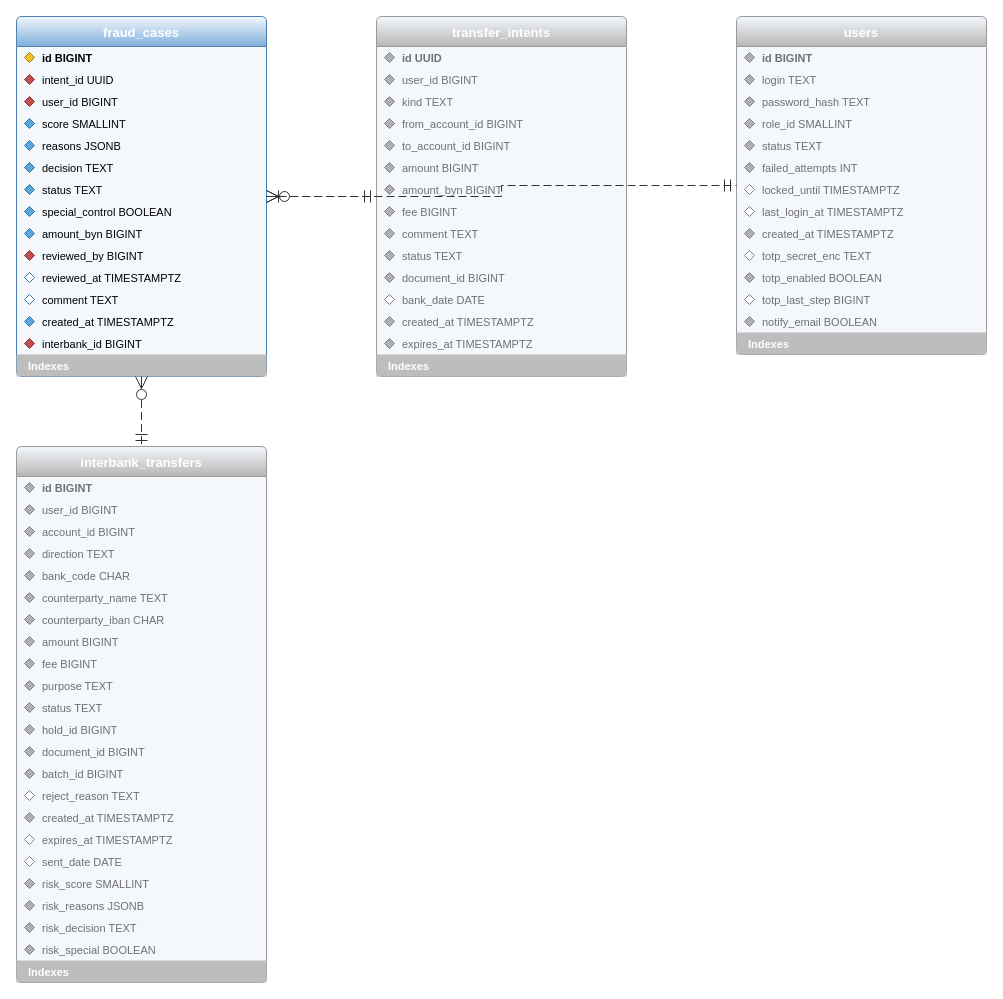
This is page "Антифрод" (9 of 14) of docs/diagrams/er.drawio from vladmeshkov/js-course-work, a draw.io file, before an edit. Source tidied: cells renumbered, new cells numbered last; positions are measured from the earlier drawing's top-left corner, leaving out a move shared by most shapes. Both pictures are drawn from the tidied source at 100%, with x=0, y=0 at pixel (16, 16).
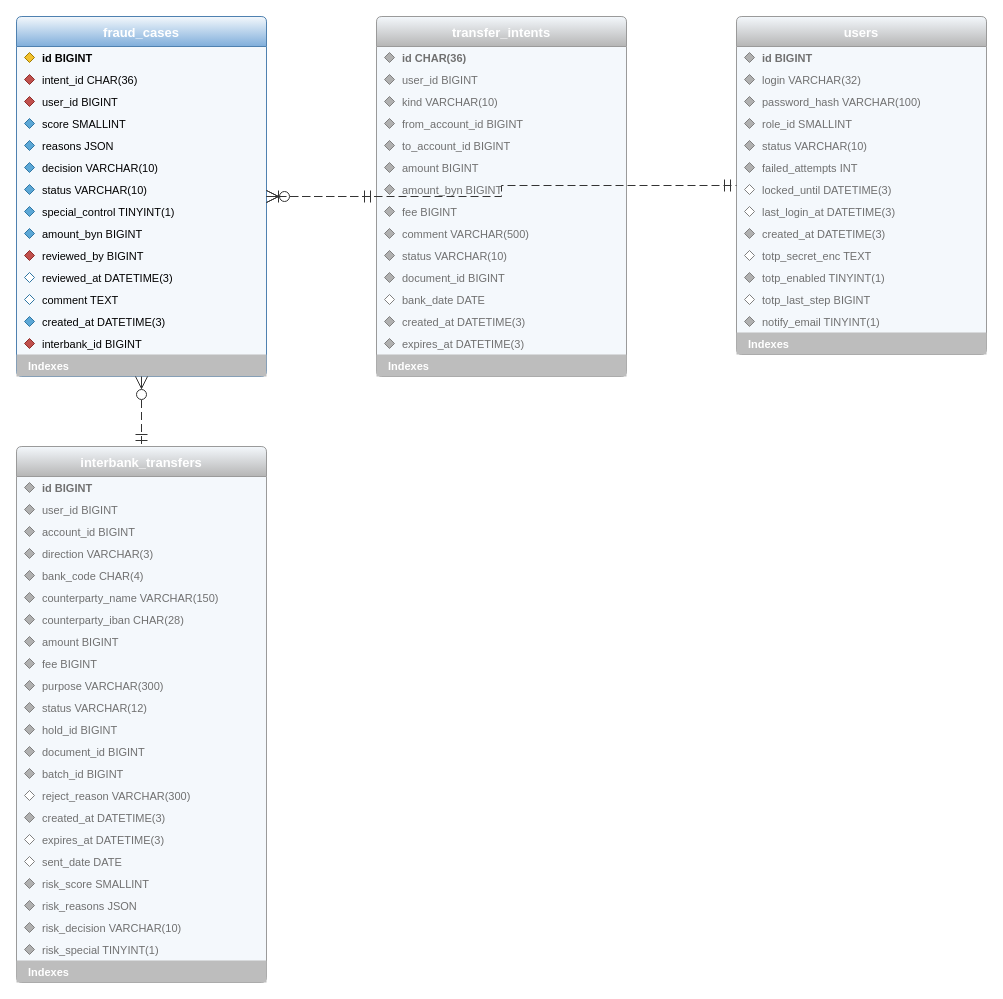
Above is the later version.

Unchanged cells that the change refers to:
```xml
<mxCell id="2" value="fraud_cases" style="swimlane;fontStyle=1;fontSize=13;horizontal=1;startSize=30;rounded=1;arcSize=6;fillColor=#F4F8FC;swimlaneFillColor=#F4F8FC;gradientColor=#7FAEDB;strokeColor=#4F81B0;fontColor=#FFFFFF;align=center;" parent="1" vertex="1">
  <mxGeometry width="250" height="360" as="geometry" />
</mxCell>
<mxCell id="32" value="transfer_intents" style="swimlane;fontStyle=1;fontSize=13;horizontal=1;startSize=30;rounded=1;arcSize=6;fillColor=#F4F8FC;swimlaneFillColor=#F4F8FC;gradientColor=#B5B5B5;strokeColor=#9A9A9A;fontColor=#FFFFFF;align=center;" parent="1" vertex="1">
  <mxGeometry x="360" width="250" height="360" as="geometry" />
</mxCell>
<mxCell id="62" value="users" style="swimlane;fontStyle=1;fontSize=13;horizontal=1;startSize=30;rounded=1;arcSize=6;fillColor=#F4F8FC;swimlaneFillColor=#F4F8FC;gradientColor=#B5B5B5;strokeColor=#9A9A9A;fontColor=#FFFFFF;align=center;" parent="1" vertex="1">
  <mxGeometry x="720" width="250" height="338" as="geometry" />
</mxCell>
<mxCell id="90" value="interbank_transfers" style="swimlane;fontStyle=1;fontSize=13;horizontal=1;startSize=30;rounded=1;arcSize=6;fillColor=#F4F8FC;swimlaneFillColor=#F4F8FC;gradientColor=#B5B5B5;strokeColor=#9A9A9A;fontColor=#FFFFFF;align=center;" parent="1" vertex="1">
  <mxGeometry y="430" width="250" height="536" as="geometry" />
</mxCell>
```

Diff of the diagram source:
```diff
@@
-    <mxCell id="6" value="intent_id UUID" style="text;strokeColor=none;fillColor=none;align=left;verticalAlign=middle;spacingLeft=24;overflow=hidden;whiteSpace=nowrap;fontSize=11;" parent="2" vertex="1">
+    <mxCell id="6" value="intent_id CHAR(36)" style="text;strokeColor=none;fillColor=none;align=left;verticalAlign=middle;spacingLeft=24;overflow=hidden;whiteSpace=nowrap;fontSize=11;" parent="2" vertex="1">
       <mxGeometry y="52" width="250" height="22" as="geometry" />
     </mxCell>
@@
-    <mxCell id="12" value="reasons JSONB" style="text;strokeColor=none;fillColor=none;align=left;verticalAlign=middle;spacingLeft=24;overflow=hidden;whiteSpace=nowrap;fontSize=11;" parent="2" vertex="1">
+    <mxCell id="12" value="reasons JSON" style="text;strokeColor=none;fillColor=none;align=left;verticalAlign=middle;spacingLeft=24;overflow=hidden;whiteSpace=nowrap;fontSize=11;" parent="2" vertex="1">
       <mxGeometry y="118" width="250" height="22" as="geometry" />
     </mxCell>
@@
-    <mxCell id="14" value="decision TEXT" style="text;strokeColor=none;fillColor=none;align=left;verticalAlign=middle;spacingLeft=24;overflow=hidden;whiteSpace=nowrap;fontSize=11;" parent="2" vertex="1">
+    <mxCell id="14" value="decision VARCHAR(10)" style="text;strokeColor=none;fillColor=none;align=left;verticalAlign=middle;spacingLeft=24;overflow=hidden;whiteSpace=nowrap;fontSize=11;" parent="2" vertex="1">
       <mxGeometry y="140" width="250" height="22" as="geometry" />
     </mxCell>
@@
-    <mxCell id="16" value="status TEXT" style="text;strokeColor=none;fillColor=none;align=left;verticalAlign=middle;spacingLeft=24;overflow=hidden;whiteSpace=nowrap;fontSize=11;" parent="2" vertex="1">
+    <mxCell id="16" value="status VARCHAR(10)" style="text;strokeColor=none;fillColor=none;align=left;verticalAlign=middle;spacingLeft=24;overflow=hidden;whiteSpace=nowrap;fontSize=11;" parent="2" vertex="1">
       <mxGeometry y="162" width="250" height="22" as="geometry" />
     </mxCell>
@@
-    <mxCell id="18" value="special_control BOOLEAN" style="text;strokeColor=none;fillColor=none;align=left;verticalAlign=middle;spacingLeft=24;overflow=hidden;whiteSpace=nowrap;fontSize=11;" parent="2" vertex="1">
+    <mxCell id="18" value="special_control TINYINT(1)" style="text;strokeColor=none;fillColor=none;align=left;verticalAlign=middle;spacingLeft=24;overflow=hidden;whiteSpace=nowrap;fontSize=11;" parent="2" vertex="1">
       <mxGeometry y="184" width="250" height="22" as="geometry" />
     </mxCell>
@@
-    <mxCell id="24" value="reviewed_at TIMESTAMPTZ" style="text;strokeColor=none;fillColor=none;align=left;verticalAlign=middle;spacingLeft=24;overflow=hidden;whiteSpace=nowrap;fontSize=11;" parent="2" vertex="1">
+    <mxCell id="24" value="reviewed_at DATETIME(3)" style="text;strokeColor=none;fillColor=none;align=left;verticalAlign=middle;spacingLeft=24;overflow=hidden;whiteSpace=nowrap;fontSize=11;" parent="2" vertex="1">
       <mxGeometry y="250" width="250" height="22" as="geometry" />
     </mxCell>
@@
-    <mxCell id="28" value="created_at TIMESTAMPTZ" style="text;strokeColor=none;fillColor=none;align=left;verticalAlign=middle;spacingLeft=24;overflow=hidden;whiteSpace=nowrap;fontSize=11;" parent="2" vertex="1">
+    <mxCell id="28" value="created_at DATETIME(3)" style="text;strokeColor=none;fillColor=none;align=left;verticalAlign=middle;spacingLeft=24;overflow=hidden;whiteSpace=nowrap;fontSize=11;" parent="2" vertex="1">
       <mxGeometry y="294" width="250" height="22" as="geometry" />
     </mxCell>
@@
-    <mxCell id="34" value="id UUID" style="text;strokeColor=none;fillColor=none;align=left;verticalAlign=middle;spacingLeft=24;overflow=hidden;whiteSpace=nowrap;fontSize=11;fontStyle=1;fontColor=#707070;" parent="32" vertex="1">
+    <mxCell id="34" value="id CHAR(36)" style="text;strokeColor=none;fillColor=none;align=left;verticalAlign=middle;spacingLeft=24;overflow=hidden;whiteSpace=nowrap;fontSize=11;fontStyle=1;fontColor=#707070;" parent="32" vertex="1">
       <mxGeometry y="30" width="250" height="22" as="geometry" />
     </mxCell>
@@
-    <mxCell id="38" value="kind TEXT" style="text;strokeColor=none;fillColor=none;align=left;verticalAlign=middle;spacingLeft=24;overflow=hidden;whiteSpace=nowrap;fontSize=11;fontColor=#707070;" parent="32" vertex="1">
+    <mxCell id="38" value="kind VARCHAR(10)" style="text;strokeColor=none;fillColor=none;align=left;verticalAlign=middle;spacingLeft=24;overflow=hidden;whiteSpace=nowrap;fontSize=11;fontColor=#707070;" parent="32" vertex="1">
       <mxGeometry y="74" width="250" height="22" as="geometry" />
     </mxCell>
@@
-    <mxCell id="50" value="comment TEXT" style="text;strokeColor=none;fillColor=none;align=left;verticalAlign=middle;spacingLeft=24;overflow=hidden;whiteSpace=nowrap;fontSize=11;fontColor=#707070;" parent="32" vertex="1">
+    <mxCell id="50" value="comment VARCHAR(500)" style="text;strokeColor=none;fillColor=none;align=left;verticalAlign=middle;spacingLeft=24;overflow=hidden;whiteSpace=nowrap;fontSize=11;fontColor=#707070;" parent="32" vertex="1">
       <mxGeometry y="206" width="250" height="22" as="geometry" />
     </mxCell>
@@
-    <mxCell id="52" value="status TEXT" style="text;strokeColor=none;fillColor=none;align=left;verticalAlign=middle;spacingLeft=24;overflow=hidden;whiteSpace=nowrap;fontSize=11;fontColor=#707070;" parent="32" vertex="1">
+    <mxCell id="52" value="status VARCHAR(10)" style="text;strokeColor=none;fillColor=none;align=left;verticalAlign=middle;spacingLeft=24;overflow=hidden;whiteSpace=nowrap;fontSize=11;fontColor=#707070;" parent="32" vertex="1">
       <mxGeometry y="228" width="250" height="22" as="geometry" />
     </mxCell>
@@
-    <mxCell id="58" value="created_at TIMESTAMPTZ" style="text;strokeColor=none;fillColor=none;align=left;verticalAlign=middle;spacingLeft=24;overflow=hidden;whiteSpace=nowrap;fontSize=11;fontColor=#707070;" parent="32" vertex="1">
+    <mxCell id="58" value="created_at DATETIME(3)" style="text;strokeColor=none;fillColor=none;align=left;verticalAlign=middle;spacingLeft=24;overflow=hidden;whiteSpace=nowrap;fontSize=11;fontColor=#707070;" parent="32" vertex="1">
       <mxGeometry y="294" width="250" height="22" as="geometry" />
     </mxCell>
@@
-    <mxCell id="60" value="expires_at TIMESTAMPTZ" style="text;strokeColor=none;fillColor=none;align=left;verticalAlign=middle;spacingLeft=24;overflow=hidden;whiteSpace=nowrap;fontSize=11;fontColor=#707070;" parent="32" vertex="1">
+    <mxCell id="60" value="expires_at DATETIME(3)" style="text;strokeColor=none;fillColor=none;align=left;verticalAlign=middle;spacingLeft=24;overflow=hidden;whiteSpace=nowrap;fontSize=11;fontColor=#707070;" parent="32" vertex="1">
       <mxGeometry y="316" width="250" height="22" as="geometry" />
     </mxCell>
@@
-    <mxCell id="66" value="login TEXT" style="text;strokeColor=none;fillColor=none;align=left;verticalAlign=middle;spacingLeft=24;overflow=hidden;whiteSpace=nowrap;fontSize=11;fontColor=#707070;" parent="62" vertex="1">
+    <mxCell id="66" value="login VARCHAR(32)" style="text;strokeColor=none;fillColor=none;align=left;verticalAlign=middle;spacingLeft=24;overflow=hidden;whiteSpace=nowrap;fontSize=11;fontColor=#707070;" parent="62" vertex="1">
       <mxGeometry y="52" width="250" height="22" as="geometry" />
     </mxCell>
@@
-    <mxCell id="68" value="password_hash TEXT" style="text;strokeColor=none;fillColor=none;align=left;verticalAlign=middle;spacingLeft=24;overflow=hidden;whiteSpace=nowrap;fontSize=11;fontColor=#707070;" parent="62" vertex="1">
+    <mxCell id="68" value="password_hash VARCHAR(100)" style="text;strokeColor=none;fillColor=none;align=left;verticalAlign=middle;spacingLeft=24;overflow=hidden;whiteSpace=nowrap;fontSize=11;fontColor=#707070;" parent="62" vertex="1">
       <mxGeometry y="74" width="250" height="22" as="geometry" />
     </mxCell>
@@
-    <mxCell id="72" value="status TEXT" style="text;strokeColor=none;fillColor=none;align=left;verticalAlign=middle;spacingLeft=24;overflow=hidden;whiteSpace=nowrap;fontSize=11;fontColor=#707070;" parent="62" vertex="1">
+    <mxCell id="72" value="status VARCHAR(10)" style="text;strokeColor=none;fillColor=none;align=left;verticalAlign=middle;spacingLeft=24;overflow=hidden;whiteSpace=nowrap;fontSize=11;fontColor=#707070;" parent="62" vertex="1">
       <mxGeometry y="118" width="250" height="22" as="geometry" />
     </mxCell>
@@
-    <mxCell id="76" value="locked_until TIMESTAMPTZ" style="text;strokeColor=none;fillColor=none;align=left;verticalAlign=middle;spacingLeft=24;overflow=hidden;whiteSpace=nowrap;fontSize=11;fontColor=#707070;" parent="62" vertex="1">
+    <mxCell id="76" value="locked_until DATETIME(3)" style="text;strokeColor=none;fillColor=none;align=left;verticalAlign=middle;spacingLeft=24;overflow=hidden;whiteSpace=nowrap;fontSize=11;fontColor=#707070;" parent="62" vertex="1">
       <mxGeometry y="162" width="250" height="22" as="geometry" />
     </mxCell>
@@
-    <mxCell id="78" value="last_login_at TIMESTAMPTZ" style="text;strokeColor=none;fillColor=none;align=left;verticalAlign=middle;spacingLeft=24;overflow=hidden;whiteSpace=nowrap;fontSize=11;fontColor=#707070;" parent="62" vertex="1">
+    <mxCell id="78" value="last_login_at DATETIME(3)" style="text;strokeColor=none;fillColor=none;align=left;verticalAlign=middle;spacingLeft=24;overflow=hidden;whiteSpace=nowrap;fontSize=11;fontColor=#707070;" parent="62" vertex="1">
       <mxGeometry y="184" width="250" height="22" as="geometry" />
     </mxCell>
@@
-    <mxCell id="80" value="created_at TIMESTAMPTZ" style="text;strokeColor=none;fillColor=none;align=left;verticalAlign=middle;spacingLeft=24;overflow=hidden;whiteSpace=nowrap;fontSize=11;fontColor=#707070;" parent="62" vertex="1">
+    <mxCell id="80" value="created_at DATETIME(3)" style="text;strokeColor=none;fillColor=none;align=left;verticalAlign=middle;spacingLeft=24;overflow=hidden;whiteSpace=nowrap;fontSize=11;fontColor=#707070;" parent="62" vertex="1">
       <mxGeometry y="206" width="250" height="22" as="geometry" />
     </mxCell>
@@
-    <mxCell id="84" value="totp_enabled BOOLEAN" style="text;strokeColor=none;fillColor=none;align=left;verticalAlign=middle;spacingLeft=24;overflow=hidden;whiteSpace=nowrap;fontSize=11;fontColor=#707070;" parent="62" vertex="1">
+    <mxCell id="84" value="totp_enabled TINYINT(1)" style="text;strokeColor=none;fillColor=none;align=left;verticalAlign=middle;spacingLeft=24;overflow=hidden;whiteSpace=nowrap;fontSize=11;fontColor=#707070;" parent="62" vertex="1">
       <mxGeometry y="250" width="250" height="22" as="geometry" />
     </mxCell>
@@
-    <mxCell id="88" value="notify_email BOOLEAN" style="text;strokeColor=none;fillColor=none;align=left;verticalAlign=middle;spacingLeft=24;overflow=hidden;whiteSpace=nowrap;fontSize=11;fontColor=#707070;" parent="62" vertex="1">
+    <mxCell id="88" value="notify_email TINYINT(1)" style="text;strokeColor=none;fillColor=none;align=left;verticalAlign=middle;spacingLeft=24;overflow=hidden;whiteSpace=nowrap;fontSize=11;fontColor=#707070;" parent="62" vertex="1">
       <mxGeometry y="294" width="250" height="22" as="geometry" />
     </mxCell>
@@
-    <mxCell id="98" value="direction TEXT" style="text;strokeColor=none;fillColor=none;align=left;verticalAlign=middle;spacingLeft=24;overflow=hidden;whiteSpace=nowrap;fontSize=11;fontColor=#707070;" parent="90" vertex="1">
+    <mxCell id="98" value="direction VARCHAR(3)" style="text;strokeColor=none;fillColor=none;align=left;verticalAlign=middle;spacingLeft=24;overflow=hidden;whiteSpace=nowrap;fontSize=11;fontColor=#707070;" parent="90" vertex="1">
       <mxGeometry y="96" width="250" height="22" as="geometry" />
     </mxCell>
@@
-    <mxCell id="100" value="bank_code CHAR" style="text;strokeColor=none;fillColor=none;align=left;verticalAlign=middle;spacingLeft=24;overflow=hidden;whiteSpace=nowrap;fontSize=11;fontColor=#707070;" parent="90" vertex="1">
+    <mxCell id="100" value="bank_code CHAR(4)" style="text;strokeColor=none;fillColor=none;align=left;verticalAlign=middle;spacingLeft=24;overflow=hidden;whiteSpace=nowrap;fontSize=11;fontColor=#707070;" parent="90" vertex="1">
       <mxGeometry y="118" width="250" height="22" as="geometry" />
     </mxCell>
@@
-    <mxCell id="102" value="counterparty_name TEXT" style="text;strokeColor=none;fillColor=none;align=left;verticalAlign=middle;spacingLeft=24;overflow=hidden;whiteSpace=nowrap;fontSize=11;fontColor=#707070;" parent="90" vertex="1">
+    <mxCell id="102" value="counterparty_name VARCHAR(150)" style="text;strokeColor=none;fillColor=none;align=left;verticalAlign=middle;spacingLeft=24;overflow=hidden;whiteSpace=nowrap;fontSize=11;fontColor=#707070;" parent="90" vertex="1">
       <mxGeometry y="140" width="250" height="22" as="geometry" />
     </mxCell>
@@
-    <mxCell id="104" value="counterparty_iban CHAR" style="text;strokeColor=none;fillColor=none;align=left;verticalAlign=middle;spacingLeft=24;overflow=hidden;whiteSpace=nowrap;fontSize=11;fontColor=#707070;" parent="90" vertex="1">
+    <mxCell id="104" value="counterparty_iban CHAR(28)" style="text;strokeColor=none;fillColor=none;align=left;verticalAlign=middle;spacingLeft=24;overflow=hidden;whiteSpace=nowrap;fontSize=11;fontColor=#707070;" parent="90" vertex="1">
       <mxGeometry y="162" width="250" height="22" as="geometry" />
     </mxCell>
@@
-    <mxCell id="110" value="purpose TEXT" style="text;strokeColor=none;fillColor=none;align=left;verticalAlign=middle;spacingLeft=24;overflow=hidden;whiteSpace=nowrap;fontSize=11;fontColor=#707070;" parent="90" vertex="1">
+    <mxCell id="110" value="purpose VARCHAR(300)" style="text;strokeColor=none;fillColor=none;align=left;verticalAlign=middle;spacingLeft=24;overflow=hidden;whiteSpace=nowrap;fontSize=11;fontColor=#707070;" parent="90" vertex="1">
       <mxGeometry y="228" width="250" height="22" as="geometry" />
     </mxCell>
@@
-    <mxCell id="112" value="status TEXT" style="text;strokeColor=none;fillColor=none;align=left;verticalAlign=middle;spacingLeft=24;overflow=hidden;whiteSpace=nowrap;fontSize=11;fontColor=#707070;" parent="90" vertex="1">
+    <mxCell id="112" value="status VARCHAR(12)" style="text;strokeColor=none;fillColor=none;align=left;verticalAlign=middle;spacingLeft=24;overflow=hidden;whiteSpace=nowrap;fontSize=11;fontColor=#707070;" parent="90" vertex="1">
       <mxGeometry y="250" width="250" height="22" as="geometry" />
     </mxCell>
@@
-    <mxCell id="120" value="reject_reason TEXT" style="text;strokeColor=none;fillColor=none;align=left;verticalAlign=middle;spacingLeft=24;overflow=hidden;whiteSpace=nowrap;fontSize=11;fontColor=#707070;" parent="90" vertex="1">
+    <mxCell id="120" value="reject_reason VARCHAR(300)" style="text;strokeColor=none;fillColor=none;align=left;verticalAlign=middle;spacingLeft=24;overflow=hidden;whiteSpace=nowrap;fontSize=11;fontColor=#707070;" parent="90" vertex="1">
       <mxGeometry y="338" width="250" height="22" as="geometry" />
     </mxCell>
@@
-    <mxCell id="122" value="created_at TIMESTAMPTZ" style="text;strokeColor=none;fillColor=none;align=left;verticalAlign=middle;spacingLeft=24;overflow=hidden;whiteSpace=nowrap;fontSize=11;fontColor=#707070;" parent="90" vertex="1">
+    <mxCell id="122" value="created_at DATETIME(3)" style="text;strokeColor=none;fillColor=none;align=left;verticalAlign=middle;spacingLeft=24;overflow=hidden;whiteSpace=nowrap;fontSize=11;fontColor=#707070;" parent="90" vertex="1">
       <mxGeometry y="360" width="250" height="22" as="geometry" />
     </mxCell>
@@
-    <mxCell id="124" value="expires_at TIMESTAMPTZ" style="text;strokeColor=none;fillColor=none;align=left;verticalAlign=middle;spacingLeft=24;overflow=hidden;whiteSpace=nowrap;fontSize=11;fontColor=#707070;" parent="90" vertex="1">
+    <mxCell id="124" value="expires_at DATETIME(3)" style="text;strokeColor=none;fillColor=none;align=left;verticalAlign=middle;spacingLeft=24;overflow=hidden;whiteSpace=nowrap;fontSize=11;fontColor=#707070;" parent="90" vertex="1">
       <mxGeometry y="382" width="250" height="22" as="geometry" />
     </mxCell>
@@
-    <mxCell id="130" value="risk_reasons JSONB" style="text;strokeColor=none;fillColor=none;align=left;verticalAlign=middle;spacingLeft=24;overflow=hidden;whiteSpace=nowrap;fontSize=11;fontColor=#707070;" parent="90" vertex="1">
+    <mxCell id="130" value="risk_reasons JSON" style="text;strokeColor=none;fillColor=none;align=left;verticalAlign=middle;spacingLeft=24;overflow=hidden;whiteSpace=nowrap;fontSize=11;fontColor=#707070;" parent="90" vertex="1">
       <mxGeometry y="448" width="250" height="22" as="geometry" />
     </mxCell>
@@
-    <mxCell id="132" value="risk_decision TEXT" style="text;strokeColor=none;fillColor=none;align=left;verticalAlign=middle;spacingLeft=24;overflow=hidden;whiteSpace=nowrap;fontSize=11;fontColor=#707070;" parent="90" vertex="1">
+    <mxCell id="132" value="risk_decision VARCHAR(10)" style="text;strokeColor=none;fillColor=none;align=left;verticalAlign=middle;spacingLeft=24;overflow=hidden;whiteSpace=nowrap;fontSize=11;fontColor=#707070;" parent="90" vertex="1">
       <mxGeometry y="470" width="250" height="22" as="geometry" />
     </mxCell>
@@
-    <mxCell id="134" value="risk_special BOOLEAN" style="text;strokeColor=none;fillColor=none;align=left;verticalAlign=middle;spacingLeft=24;overflow=hidden;whiteSpace=nowrap;fontSize=11;fontColor=#707070;" parent="90" vertex="1">
+    <mxCell id="134" value="risk_special TINYINT(1)" style="text;strokeColor=none;fillColor=none;align=left;verticalAlign=middle;spacingLeft=24;overflow=hidden;whiteSpace=nowrap;fontSize=11;fontColor=#707070;" parent="90" vertex="1">
       <mxGeometry y="492" width="250" height="22" as="geometry" />
     </mxCell>
```
